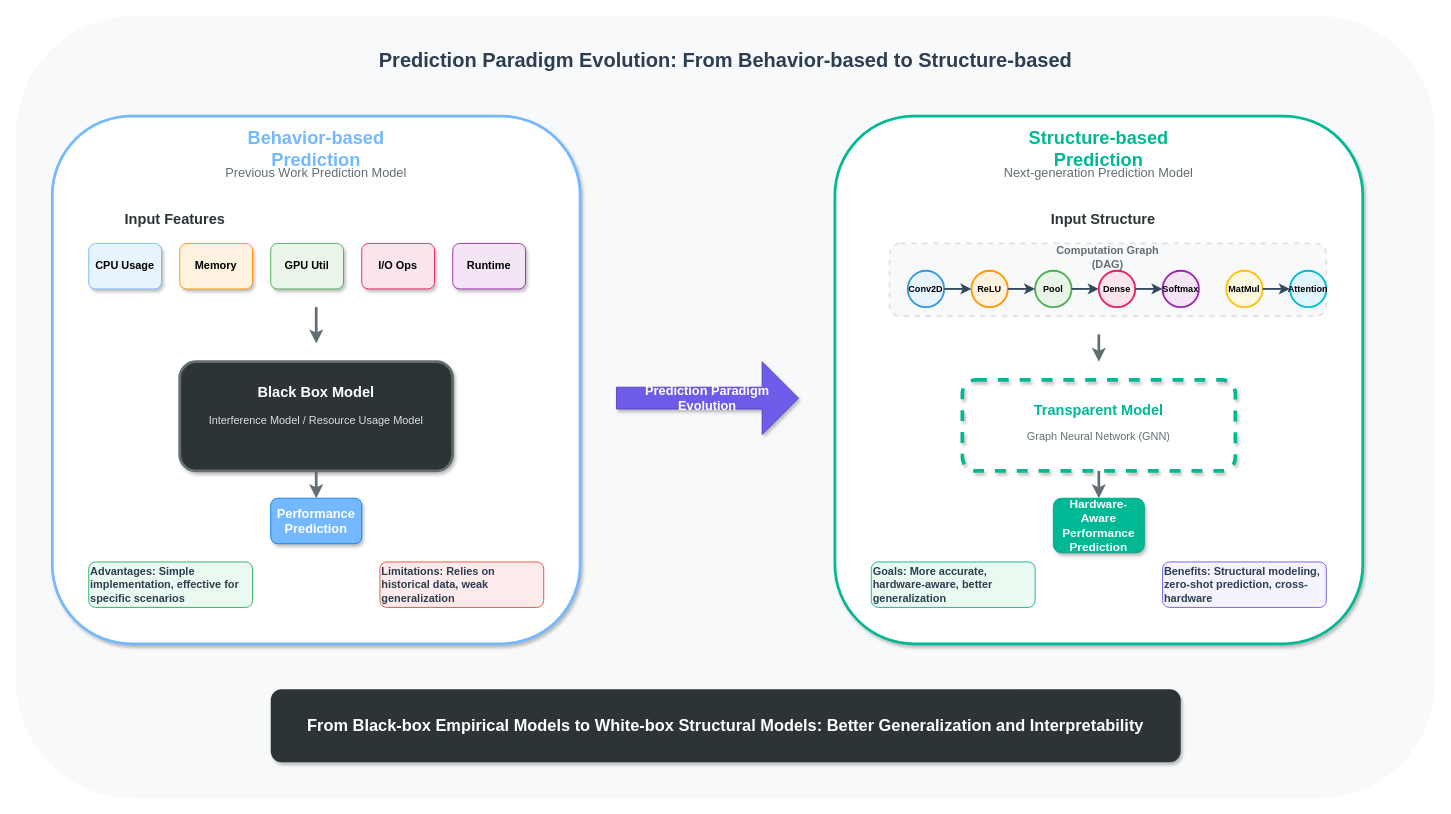
Jinghao-coding/paperstudy keeps this draw.io diagram as drawio_figs/buaa_proposal/研究内容3背景过度图.drawio. Above is the earlier version. Source tidied: cells renumbered, new cells numbered last; positions are measured from the earlier drawing's top-left corner, leaving out a move shared by most shapes. Both pictures are drawn from the tidied source at 91%, with x=0, y=0 at pixel (15, 15).
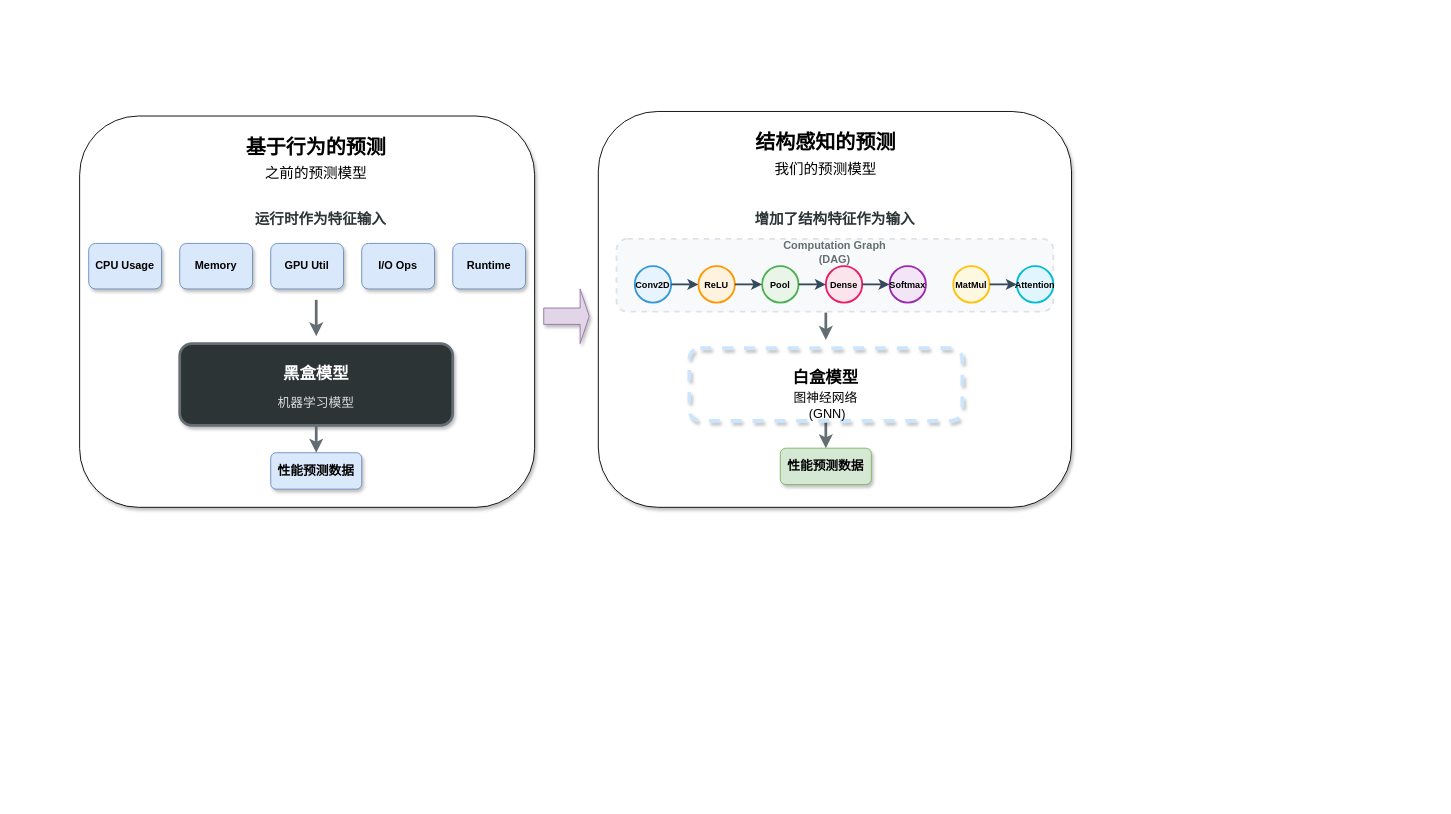
The same diagram, later.

Commit message:
更新研究内容3背景过度图.drawio

What changed in the source:
```diff
@@
-    <mxCell id="2" style="rounded=1;whiteSpace=wrap;html=1;fillColor=#f8f9fa;strokeColor=none;" parent="1" vertex="1">
-      <mxGeometry width="1560" height="860" as="geometry" />
-    </mxCell>
-    <mxCell id="3" value="Prediction Paradigm Evolution: From Behavior-based to Structure-based" style="text;html=1;strokeColor=none;fillColor=none;align=center;verticalAlign=middle;whiteSpace=wrap;rounded=0;fontSize=22;fontStyle=1;fontColor=#2c3e50;" parent="1" vertex="1">
-      <mxGeometry x="380" y="30" width="800" height="40" as="geometry" />
-    </mxCell>
-    <mxCell id="4" style="rounded=1;whiteSpace=wrap;html=1;fillColor=#ffffff;strokeColor=#74b9ff;strokeWidth=3;shadow=1;" parent="1" vertex="1">
-      <mxGeometry x="40" y="110" width="580" height="580" as="geometry" />
-    </mxCell>
-    <mxCell id="5" value="Behavior-based Prediction" style="text;html=1;strokeColor=none;fillColor=none;align=center;verticalAlign=middle;whiteSpace=wrap;rounded=0;fontSize=20;fontStyle=1;fontColor=#74b9ff;" parent="1" vertex="1">
-      <mxGeometry x="220" y="130" width="220" height="30" as="geometry" />
-    </mxCell>
-    <mxCell id="6" value="Previous Work Prediction Model" style="text;html=1;strokeColor=none;fillColor=none;align=center;verticalAlign=middle;whiteSpace=wrap;rounded=0;fontSize=14;fontColor=#636e72;" parent="1" vertex="1">
-      <mxGeometry x="220" y="160" width="220" height="25" as="geometry" />
-    </mxCell>
-    <mxCell id="7" value="Input Features" style="text;html=1;strokeColor=none;fillColor=none;align=center;verticalAlign=middle;whiteSpace=wrap;rounded=0;fontSize=16;fontStyle=1;fontColor=#2d3436;" parent="1" vertex="1">
-      <mxGeometry x="100" y="210" width="150" height="25" as="geometry" />
-    </mxCell>
-    <mxCell id="8" value="CPU Usage" style="rounded=1;whiteSpace=wrap;html=1;fillColor=#e8f4fd;strokeColor=#74b9ff;fontSize=12;fontStyle=1;shadow=1;" parent="1" vertex="1">
-      <mxGeometry x="80" y="250" width="80" height="50" as="geometry" />
-    </mxCell>
-    <mxCell id="9" value="Memory" style="rounded=1;whiteSpace=wrap;html=1;fillColor=#fff3e0;strokeColor=#ff9800;fontSize=12;fontStyle=1;shadow=1;" parent="1" vertex="1">
-      <mxGeometry x="180" y="250" width="80" height="50" as="geometry" />
-    </mxCell>
-    <mxCell id="10" value="GPU Util" style="rounded=1;whiteSpace=wrap;html=1;fillColor=#e8f5e8;strokeColor=#4caf50;fontSize=12;fontStyle=1;shadow=1;" parent="1" vertex="1">
-      <mxGeometry x="280" y="250" width="80" height="50" as="geometry" />
-    </mxCell>
-    <mxCell id="11" value="I/O Ops" style="rounded=1;whiteSpace=wrap;html=1;fillColor=#fce4ec;strokeColor=#e91e63;fontSize=12;fontStyle=1;shadow=1;" parent="1" vertex="1">
-      <mxGeometry x="380" y="250" width="80" height="50" as="geometry" />
-    </mxCell>
-    <mxCell id="12" value="Runtime" style="rounded=1;whiteSpace=wrap;html=1;fillColor=#f3e5f5;strokeColor=#9c27b0;fontSize=12;fontStyle=1;shadow=1;" parent="1" vertex="1">
-      <mxGeometry x="480" y="250" width="80" height="50" as="geometry" />
-    </mxCell>
-    <mxCell id="13" style="endArrow=classic;html=1;rounded=1;strokeWidth=3;strokeColor=#636e72;" parent="1" edge="1">
-      <mxGeometry relative="1" as="geometry">
-        <mxPoint x="330" y="320" as="sourcePoint" />
-        <mxPoint x="330" y="360" as="targetPoint" />
-      </mxGeometry>
-    </mxCell>
-    <mxCell id="14" style="rounded=1;whiteSpace=wrap;html=1;fillColor=#2d3436;strokeColor=#636e72;strokeWidth=3;shadow=1;" parent="1" vertex="1">
-      <mxGeometry x="180" y="380" width="300" height="120" as="geometry" />
-    </mxCell>
-    <mxCell id="15" value="Black Box Model" style="text;html=1;strokeColor=none;fillColor=none;align=center;verticalAlign=middle;whiteSpace=wrap;rounded=0;fontSize=16;fontStyle=1;fontColor=#ffffff;" parent="1" vertex="1">
-      <mxGeometry x="250" y="400" width="160" height="25" as="geometry" />
-    </mxCell>
-    <mxCell id="16" value="Interference Model / Resource Usage Model" style="text;html=1;strokeColor=none;fillColor=none;align=center;verticalAlign=middle;whiteSpace=wrap;rounded=0;fontSize=12;fontColor=#ddd;" parent="1" vertex="1">
-      <mxGeometry x="200" y="430" width="260" height="30" as="geometry" />
-    </mxCell>
-    <mxCell id="17" value="Performance Prediction" style="rounded=1;whiteSpace=wrap;html=1;fillColor=#74b9ff;strokeColor=#0984e3;fontSize=14;fontStyle=1;fontColor=#ffffff;shadow=1;" parent="1" vertex="1">
-      <mxGeometry x="280" y="530" width="100" height="50" as="geometry" />
-    </mxCell>
-    <mxCell id="18" style="endArrow=classic;html=1;rounded=0;strokeWidth=3;strokeColor=#636e72;" parent="1" edge="1" source="14" target="17">
-      <mxGeometry relative="1" as="geometry" />
-    </mxCell>
-    <mxCell id="19" value="Advantages: Simple implementation, effective for specific scenarios" style="text;html=1;strokeColor=#27ae60;fillColor=#eafaf1;align=left;verticalAlign=middle;whiteSpace=wrap;rounded=1;fontSize=12;fontStyle=1;fontColor=#2c3e50;" parent="1" vertex="1">
-      <mxGeometry x="80" y="600" width="180" height="50" as="geometry" />
-    </mxCell>
-    <mxCell id="20" value="Limitations: Relies on historical data, weak generalization" style="text;html=1;strokeColor=#e74c3c;fillColor=#fdebeb;align=left;verticalAlign=middle;whiteSpace=wrap;rounded=1;fontSize=12;fontStyle=1;fontColor=#2c3e50;" parent="1" vertex="1">
-      <mxGeometry x="400" y="600" width="180" height="50" as="geometry" />
-    </mxCell>
-    <mxCell id="21" style="shape=singleArrow;whiteSpace=wrap;html=1;fillColor=#6c5ce7;strokeColor=#5f3dc4;shadow=1;" parent="1" vertex="1">
-      <mxGeometry x="660" y="380" width="200" height="80" as="geometry" />
+    <mxCell id="21" style="shape=singleArrow;whiteSpace=wrap;html=1;fillColor=#e1d5e7;strokeColor=#9673a6;shadow=1;" parent="1" vertex="1">
+      <mxGeometry x="580" y="300" width="50" height="60" as="geometry" />
     </mxCell>
-    <mxCell id="22" value="Prediction Paradigm Evolution" style="text;html=1;strokeColor=none;fillColor=none;align=center;verticalAlign=middle;whiteSpace=wrap;rounded=0;fontSize=14;fontStyle=1;fontColor=#ffffff;" parent="1" vertex="1">
-      <mxGeometry x="690" y="410" width="140" height="20" as="geometry" />
-    </mxCell>
-    <mxCell id="23" style="rounded=1;whiteSpace=wrap;html=1;fillColor=#ffffff;strokeColor=#00b894;strokeWidth=3;shadow=1;" parent="1" vertex="1">
-      <mxGeometry x="900" y="110" width="580" height="580" as="geometry" />
+    <mxCell id="23" style="rounded=1;whiteSpace=wrap;html=1;fillColor=#ffffff;strokeColor=#000000;strokeWidth=1;shadow=1;" parent="1" vertex="1">
+      <mxGeometry x="640" y="105" width="520" height="435" as="geometry" />
     </mxCell>
-    <mxCell id="24" value="Structure-based Prediction" style="text;html=1;strokeColor=none;fillColor=none;align=center;verticalAlign=middle;whiteSpace=wrap;rounded=0;fontSize=20;fontStyle=1;fontColor=#00b894;" parent="1" vertex="1">
-      <mxGeometry x="1080" y="130" width="220" height="30" as="geometry" />
+    <mxCell id="24" value="&lt;font style=&quot;font-size: 22px; color: rgb(0, 0, 0);&quot;&gt;结构感知的预测&lt;/font&gt;" style="text;html=1;strokeColor=none;fillColor=none;align=center;verticalAlign=middle;whiteSpace=wrap;rounded=0;fontSize=20;fontStyle=1;fontColor=#00b894;" parent="1" vertex="1">
+      <mxGeometry x="780" y="125" width="220" height="30" as="geometry" />
     </mxCell>
-    <mxCell id="25" value="Next-generation Prediction Model" style="text;html=1;strokeColor=none;fillColor=none;align=center;verticalAlign=middle;whiteSpace=wrap;rounded=0;fontSize=14;fontColor=#636e72;" parent="1" vertex="1">
-      <mxGeometry x="1080" y="160" width="220" height="25" as="geometry" />
+    <mxCell id="25" value="&lt;font style=&quot;color: rgb(0, 0, 0); font-size: 16px;&quot;&gt;我们的预测模型&lt;/font&gt;" style="text;html=1;strokeColor=none;fillColor=none;align=center;verticalAlign=middle;whiteSpace=wrap;rounded=0;fontSize=14;fontColor=#636e72;" parent="1" vertex="1">
+      <mxGeometry x="780" y="155" width="220" height="25" as="geometry" />
     </mxCell>
-    <mxCell id="26" value="Input Structure" style="text;html=1;strokeColor=none;fillColor=none;align=center;verticalAlign=middle;whiteSpace=wrap;rounded=0;fontSize=16;fontStyle=1;fontColor=#2d3436;" parent="1" vertex="1">
-      <mxGeometry x="1120" y="210" width="150" height="25" as="geometry" />
+    <mxCell id="26" value="增加了结构特征作为输入" style="text;html=1;strokeColor=none;fillColor=none;align=center;verticalAlign=middle;whiteSpace=wrap;rounded=0;fontSize=16;fontStyle=1;fontColor=#2d3436;" parent="1" vertex="1">
+      <mxGeometry x="800" y="210" width="200" height="25" as="geometry" />
     </mxCell>
     <mxCell id="27" style="rounded=1;whiteSpace=wrap;html=1;fillColor=#f8f9fa;strokeColor=#dee2e6;strokeWidth=2;dashed=1;" parent="1" vertex="1">
-      <mxGeometry x="960" y="250" width="480" height="80" as="geometry" />
+      <mxGeometry x="660" y="245" width="480" height="80" as="geometry" />
     </mxCell>
     <mxCell id="28" value="Computation Graph (DAG)" style="text;html=1;strokeColor=none;fillColor=none;align=center;verticalAlign=middle;whiteSpace=wrap;rounded=0;fontSize=12;fontStyle=1;fontColor=#636e72;" parent="1" vertex="1">
-      <mxGeometry x="1140" y="255" width="120" height="20" as="geometry" />
+      <mxGeometry x="840" y="250" width="120" height="20" as="geometry" />
     </mxCell>
     <mxCell id="29" value="Conv2D" style="ellipse;whiteSpace=wrap;html=1;fontSize=10;fontStyle=1;fillColor=#e8f4fd;strokeColor=#3498db;strokeWidth=2;" parent="1" vertex="1">
-      <mxGeometry x="980" y="280" width="40" height="40" as="geometry" />
+      <mxGeometry x="680" y="275" width="40" height="40" as="geometry" />
     </mxCell>
     <mxCell id="30" value="ReLU" style="ellipse;whiteSpace=wrap;html=1;fontSize=10;fontStyle=1;fillColor=#fff3e0;strokeColor=#ff9800;strokeWidth=2;" parent="1" vertex="1">
-      <mxGeometry x="1050" y="280" width="40" height="40" as="geometry" />
+      <mxGeometry x="750" y="275" width="40" height="40" as="geometry" />
     </mxCell>
     <mxCell id="31" value="Pool" style="ellipse;whiteSpace=wrap;html=1;fontSize=10;fontStyle=1;fillColor=#e8f5e8;strokeColor=#4caf50;strokeWidth=2;" parent="1" vertex="1">
-      <mxGeometry x="1120" y="280" width="40" height="40" as="geometry" />
+      <mxGeometry x="820" y="275" width="40" height="40" as="geometry" />
     </mxCell>
     <mxCell id="32" value="Dense" style="ellipse;whiteSpace=wrap;html=1;fontSize=10;fontStyle=1;fillColor=#fce4ec;strokeColor=#e91e63;strokeWidth=2;" parent="1" vertex="1">
-      <mxGeometry x="1190" y="280" width="40" height="40" as="geometry" />
+      <mxGeometry x="890" y="275" width="40" height="40" as="geometry" />
     </mxCell>
     <mxCell id="33" value="Softmax" style="ellipse;whiteSpace=wrap;html=1;fontSize=10;fontStyle=1;fillColor=#f3e5f5;strokeColor=#9c27b0;strokeWidth=2;" parent="1" vertex="1">
-      <mxGeometry x="1260" y="280" width="40" height="40" as="geometry" />
+      <mxGeometry x="960" y="275" width="40" height="40" as="geometry" />
     </mxCell>
     <mxCell id="34" value="MatMul" style="ellipse;whiteSpace=wrap;html=1;fontSize=10;fontStyle=1;fillColor=#fff8e1;strokeColor=#ffc107;strokeWidth=2;" parent="1" vertex="1">
-      <mxGeometry x="1330" y="280" width="40" height="40" as="geometry" />
+      <mxGeometry x="1030" y="275" width="40" height="40" as="geometry" />
     </mxCell>
     <mxCell id="35" value="Attention" style="ellipse;whiteSpace=wrap;html=1;fontSize=10;fontStyle=1;fillColor=#e1f5fe;strokeColor=#00bcd4;strokeWidth=2;" parent="1" vertex="1">
-      <mxGeometry x="1400" y="280" width="40" height="40" as="geometry" />
+      <mxGeometry x="1100" y="275" width="40" height="40" as="geometry" />
     </mxCell>
@@
     <mxCell id="41" style="endArrow=classic;html=1;rounded=1;strokeWidth=3;strokeColor=#636e72;" parent="1" edge="1">
       <mxGeometry relative="1" as="geometry">
-        <mxPoint x="1190" y="350" as="sourcePoint" />
-        <mxPoint x="1190" y="380" as="targetPoint" />
+        <mxPoint x="890" y="326" as="sourcePoint" />
+        <mxPoint x="890" y="356" as="targetPoint" />
       </mxGeometry>
     </mxCell>
+    <mxCell id="45" value="&lt;font style=&quot;color: rgb(0, 0, 0); font-size: 14px;&quot;&gt;性能预测数据&lt;/font&gt;" style="rounded=1;whiteSpace=wrap;html=1;fillColor=#d5e8d4;strokeColor=#82b366;fontSize=13;fontStyle=1;shadow=1;" parent="1" vertex="1">
+      <mxGeometry x="840" y="475" width="100" height="40" as="geometry" />
+    </mxCell>
+    <mxCell id="46" style="endArrow=classic;html=1;rounded=0;strokeWidth=3;strokeColor=#636e72;" parent="1" edge="1" source="42" target="45">
+      <mxGeometry relative="1" as="geometry" />
+    </mxCell>
-    <mxCell id="42" style="rounded=1;whiteSpace=wrap;html=1;fillColor=none;strokeColor=#00b894;strokeWidth=4;shadow=1;dashed=1;" parent="1" vertex="1">
-      <mxGeometry x="1040" y="400" width="300" height="100" as="geometry" />
+    <mxCell id="42" style="rounded=1;whiteSpace=wrap;html=1;fillColor=none;strokeColor=#CCE5FF;strokeWidth=4;shadow=1;dashed=1;" parent="1" vertex="1">
+      <mxGeometry x="740" y="365" width="300" height="80" as="geometry" />
     </mxCell>
-    <mxCell id="43" value="Transparent Model" style="text;html=1;strokeColor=none;fillColor=none;align=center;verticalAlign=middle;whiteSpace=wrap;rounded=0;fontSize=16;fontStyle=1;fontColor=#00b894;" parent="1" vertex="1">
-      <mxGeometry x="1110" y="420" width="160" height="25" as="geometry" />
+    <mxCell id="43" value="&lt;font style=&quot;font-size: 18px; color: rgb(0, 0, 0);&quot;&gt;白盒模型&lt;/font&gt;" style="text;html=1;strokeColor=none;fillColor=none;align=center;verticalAlign=middle;whiteSpace=wrap;rounded=0;fontSize=16;fontStyle=1;fontColor=#00b894;" parent="1" vertex="1">
+      <mxGeometry x="810" y="385" width="160" height="25" as="geometry" />
     </mxCell>
-    <mxCell id="44" value="Graph Neural Network (GNN)" style="text;html=1;strokeColor=none;fillColor=none;align=center;verticalAlign=middle;whiteSpace=wrap;rounded=0;fontSize=12;fontColor=#636e72;" parent="1" vertex="1">
-      <mxGeometry x="1110" y="450" width="160" height="25" as="geometry" />
+    <mxCell id="44" value="&lt;font style=&quot;font-size: 14px; color: rgb(0, 0, 0);&quot;&gt;图神经网络&lt;/font&gt;&lt;div&gt;&lt;font style=&quot;font-size: 14px; color: rgb(0, 0, 0);&quot;&gt;&amp;nbsp;(GNN)&lt;/font&gt;&lt;/div&gt;" style="text;html=1;strokeColor=none;fillColor=none;align=center;verticalAlign=middle;whiteSpace=wrap;rounded=0;fontSize=12;fontColor=#636e72;" parent="1" vertex="1">
+      <mxGeometry x="810" y="415" width="160" height="25" as="geometry" />
     </mxCell>
-    <mxCell id="45" value="Hardware-Aware Performance Prediction" style="rounded=1;whiteSpace=wrap;html=1;fillColor=#00b894;strokeColor=#00a085;fontSize=13;fontStyle=1;fontColor=#ffffff;shadow=1;" parent="1" vertex="1">
-      <mxGeometry x="1140" y="530" width="100" height="60" as="geometry" />
-    </mxCell>
-    <mxCell id="46" style="endArrow=classic;html=1;rounded=0;strokeWidth=3;strokeColor=#636e72;" parent="1" edge="1" source="42" target="45">
-      <mxGeometry relative="1" as="geometry" />
-    </mxCell>
-    <mxCell id="47" value="Goals: More accurate, hardware-aware, better generalization" style="text;html=1;strokeColor=#00b894;fillColor=#eafaf1;align=left;verticalAlign=middle;whiteSpace=wrap;rounded=1;fontSize=12;fontStyle=1;fontColor=#2c3e50;" parent="1" vertex="1">
-      <mxGeometry x="940" y="600" width="180" height="50" as="geometry" />
-    </mxCell>
-    <mxCell id="48" value="Benefits: Structural modeling, zero-shot prediction, cross-hardware" style="text;html=1;strokeColor=#6c5ce7;fillColor=#f4f3ff;align=left;verticalAlign=middle;whiteSpace=wrap;rounded=1;fontSize=12;fontStyle=1;fontColor=#2c3e50;" parent="1" vertex="1">
-      <mxGeometry x="1260" y="600" width="180" height="50" as="geometry" />
-    </mxCell>
-    <mxCell id="49" style="rounded=1;whiteSpace=wrap;html=1;fillColor=#2d3436;strokeColor=none;shadow=1;" parent="1" vertex="1">
-      <mxGeometry x="280" y="740" width="1000" height="80" as="geometry" />
-    </mxCell>
-    <mxCell id="50" value="From Black-box Empirical Models to White-box Structural Models: Better Generalization and Interpretability" style="text;html=1;strokeColor=none;fillColor=none;align=center;verticalAlign=middle;whiteSpace=wrap;rounded=0;fontSize=18;fontStyle=1;fontColor=#ffffff;" parent="1" vertex="1">
-      <mxGeometry x="300" y="765" width="960" height="30" as="geometry" />
-    </mxCell>
+    <mxCell id="4" style="rounded=1;whiteSpace=wrap;html=1;fillColor=#ffffff;strokeColor=#000000;strokeWidth=1;shadow=1;" parent="1" vertex="1">
+      <mxGeometry x="70" y="110" width="500" height="430" as="geometry" />
+    </mxCell>
+    <mxCell id="5" value="&lt;font style=&quot;color: rgb(0, 0, 0); font-size: 22px;&quot;&gt;基于行为的预测&lt;/font&gt;" style="text;html=1;strokeColor=none;fillColor=none;align=center;verticalAlign=middle;whiteSpace=wrap;rounded=0;fontSize=20;fontStyle=1;fontColor=#74b9ff;" parent="1" vertex="1">
+      <mxGeometry x="220" y="130" width="220" height="30" as="geometry" />
+    </mxCell>
+    <mxCell id="6" value="&lt;font style=&quot;color: rgb(0, 0, 0); font-size: 16px;&quot;&gt;之前的预测模型&lt;/font&gt;" style="text;html=1;strokeColor=none;fillColor=none;align=center;verticalAlign=middle;whiteSpace=wrap;rounded=0;fontSize=14;fontColor=#636e72;" parent="1" vertex="1">
+      <mxGeometry x="220" y="160" width="220" height="25" as="geometry" />
+    </mxCell>
+    <mxCell id="7" value="运行时作为特征输入" style="text;html=1;strokeColor=none;fillColor=none;align=center;verticalAlign=middle;whiteSpace=wrap;rounded=0;fontSize=16;fontStyle=1;fontColor=#2d3436;" parent="1" vertex="1">
+      <mxGeometry x="260" y="210" width="150" height="25" as="geometry" />
+    </mxCell>
+    <mxCell id="8" value="CPU Usage" style="rounded=1;whiteSpace=wrap;html=1;fillColor=#dae8fc;strokeColor=#6c8ebf;fontSize=12;fontStyle=1;shadow=1;" parent="1" vertex="1">
+      <mxGeometry x="80" y="250" width="80" height="50" as="geometry" />
+    </mxCell>
+    <mxCell id="9" value="Memory" style="rounded=1;whiteSpace=wrap;html=1;fillColor=#dae8fc;strokeColor=#6c8ebf;fontSize=12;fontStyle=1;shadow=1;" parent="1" vertex="1">
+      <mxGeometry x="180" y="250" width="80" height="50" as="geometry" />
+    </mxCell>
+    <mxCell id="10" value="GPU Util" style="rounded=1;whiteSpace=wrap;html=1;fillColor=#dae8fc;strokeColor=#6c8ebf;fontSize=12;fontStyle=1;shadow=1;" parent="1" vertex="1">
+      <mxGeometry x="280" y="250" width="80" height="50" as="geometry" />
+    </mxCell>
+    <mxCell id="11" value="I/O Ops" style="rounded=1;whiteSpace=wrap;html=1;fillColor=#dae8fc;strokeColor=#6c8ebf;fontSize=12;fontStyle=1;shadow=1;" parent="1" vertex="1">
+      <mxGeometry x="380" y="250" width="80" height="50" as="geometry" />
+    </mxCell>
+    <mxCell id="12" value="Runtime" style="rounded=1;whiteSpace=wrap;html=1;fillColor=#dae8fc;strokeColor=#6c8ebf;fontSize=12;fontStyle=1;shadow=1;" parent="1" vertex="1">
+      <mxGeometry x="480" y="250" width="80" height="50" as="geometry" />
+    </mxCell>
+    <mxCell id="13" style="endArrow=classic;html=1;rounded=1;strokeWidth=3;strokeColor=#636e72;" parent="1" edge="1">
+      <mxGeometry relative="1" as="geometry">
+        <mxPoint x="330" y="312" as="sourcePoint" />
+        <mxPoint x="330" y="352" as="targetPoint" />
+      </mxGeometry>
+    </mxCell>
+    <mxCell id="14" style="rounded=1;whiteSpace=wrap;html=1;fillColor=#2d3436;strokeColor=#636e72;strokeWidth=3;shadow=1;" parent="1" vertex="1">
+      <mxGeometry x="180" y="360" width="300" height="90" as="geometry" />
+    </mxCell>
+    <mxCell id="15" value="&lt;font style=&quot;font-size: 18px;&quot;&gt;黑盒模型&lt;/font&gt;" style="text;html=1;strokeColor=none;fillColor=none;align=center;verticalAlign=middle;whiteSpace=wrap;rounded=0;fontSize=16;fontStyle=1;fontColor=#ffffff;" parent="1" vertex="1">
+      <mxGeometry x="250" y="380" width="160" height="25" as="geometry" />
+    </mxCell>
+    <mxCell id="16" value="&lt;font style=&quot;font-size: 14px;&quot;&gt;机器学习模型&lt;/font&gt;" style="text;html=1;strokeColor=none;fillColor=none;align=center;verticalAlign=middle;whiteSpace=wrap;rounded=0;fontSize=12;fontColor=#ddd;" parent="1" vertex="1">
+      <mxGeometry x="200" y="410" width="260" height="30" as="geometry" />
+    </mxCell>
+    <mxCell id="17" value="&lt;font style=&quot;color: rgb(0, 0, 0);&quot;&gt;性能预测数据&lt;/font&gt;" style="rounded=1;whiteSpace=wrap;html=1;fillColor=#dae8fc;strokeColor=#6c8ebf;fontSize=14;fontStyle=1;shadow=1;" parent="1" vertex="1">
+      <mxGeometry x="280" y="480" width="100" height="40" as="geometry" />
+    </mxCell>
+    <mxCell id="18" style="endArrow=classic;html=1;rounded=0;strokeWidth=3;strokeColor=#636e72;" parent="1" edge="1" source="14" target="17">
+      <mxGeometry relative="1" as="geometry" />
+    </mxCell>
```
